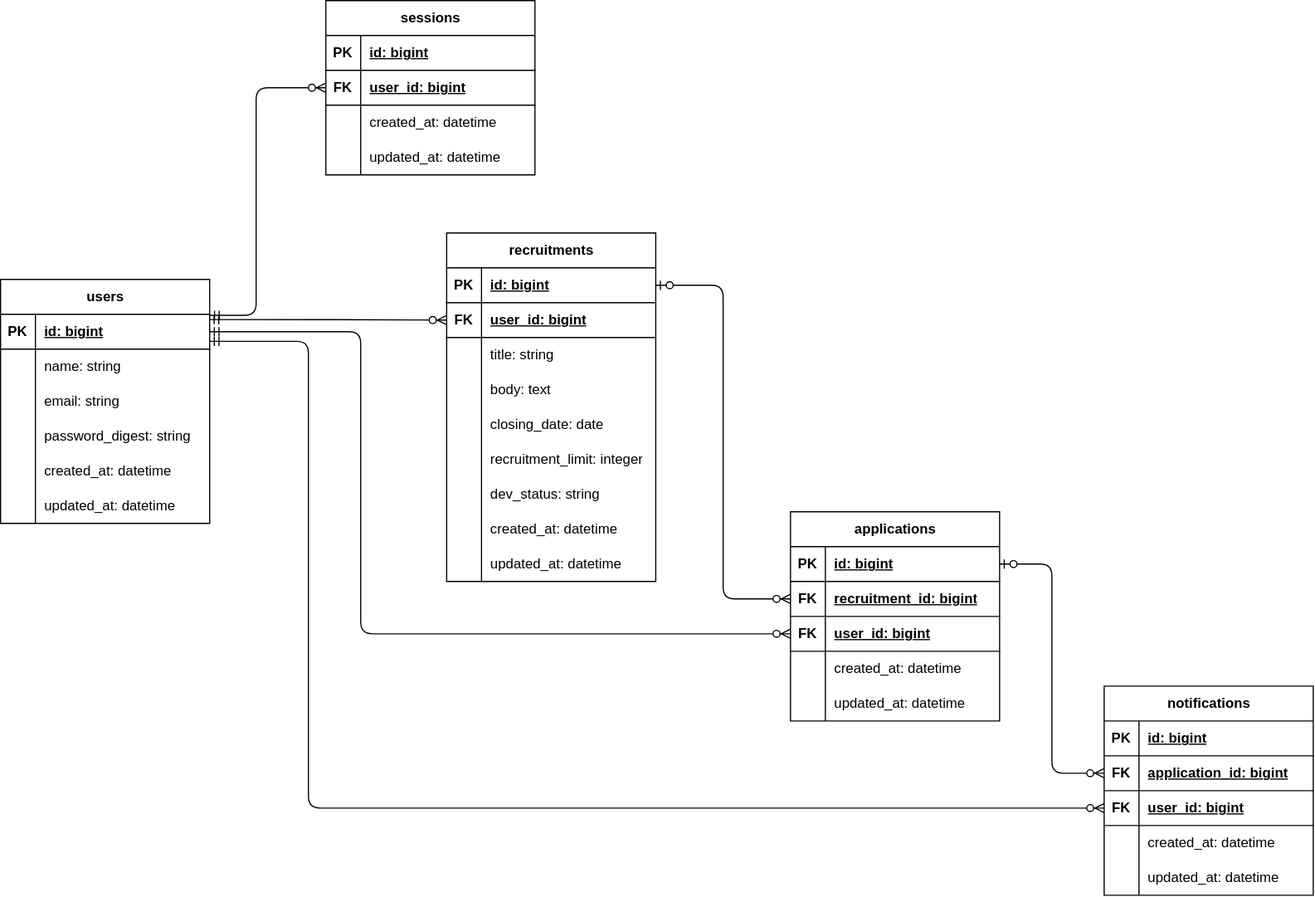
Before: docs/er-diagram.drawio.svg, a diagram exported from draw.io (tnakamura0/team-development-matching). Source tidied: cells renumbered, new cells last; positions are measured from the earlier drawing's top-left corner, leaving out a move shared by most shapes.
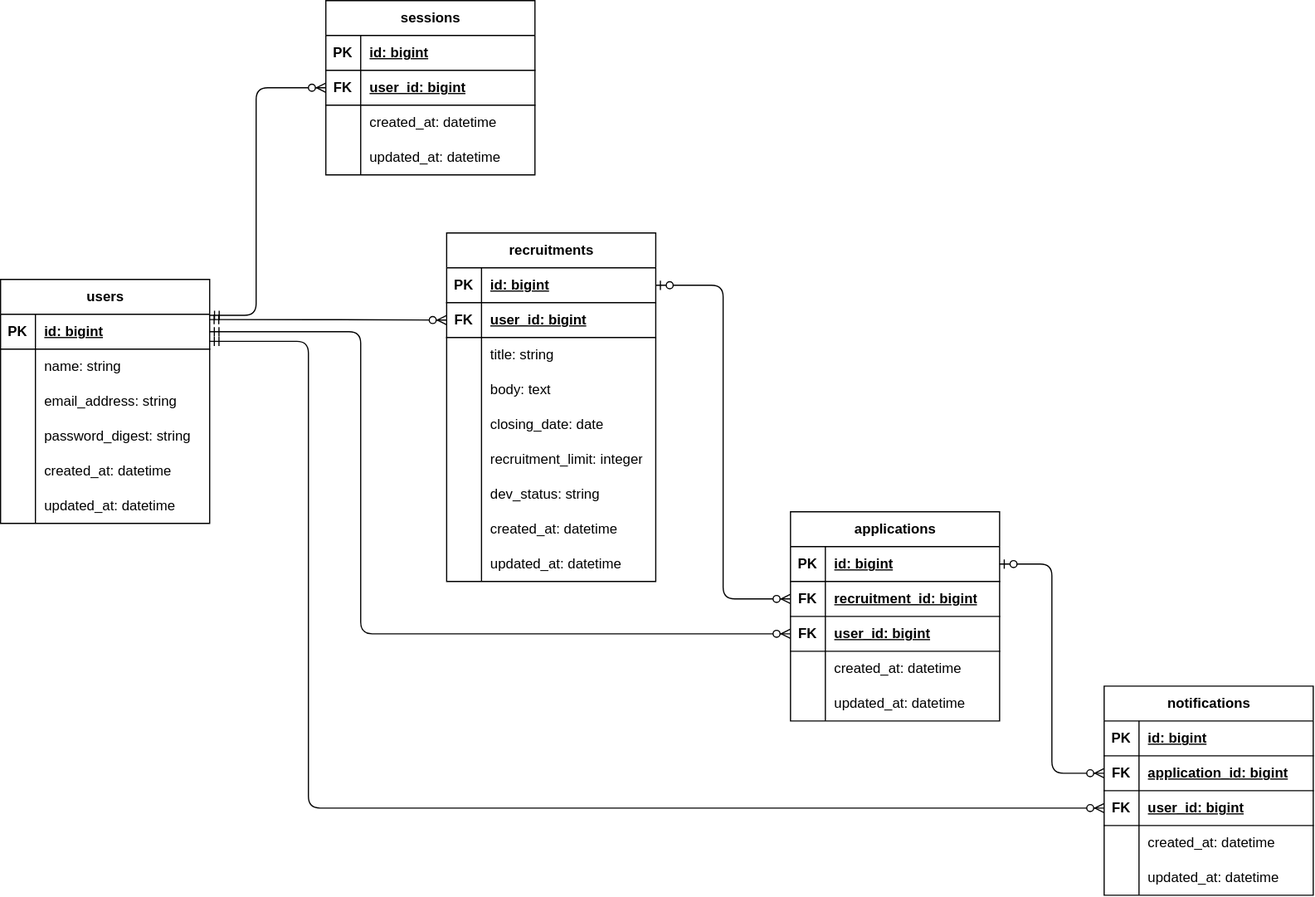
The same file after the commit.

Commit message:
docs: メールアドレスのカラム名をemail_addressに修正

What changed in the source:
```diff
@@ -29,7 +29,7 @@
     <mxCell id="10" style="shape=partialRectangle;fillColor=none;top=0;left=0;bottom=0;right=0;overflow=hidden;whiteSpace=wrap;html=1;" parent="9" vertex="1">
       <mxGeometry width="30" height="30" as="geometry" />
     </mxCell>
-    <mxCell id="11" value="email: string" style="shape=partialRectangle;fillColor=none;top=0;left=0;bottom=0;right=0;align=left;spacingLeft=6;overflow=hidden;whiteSpace=wrap;html=1;" parent="9" vertex="1">
+    <mxCell id="11" value="email_address: string" style="shape=partialRectangle;fillColor=none;top=0;left=0;bottom=0;right=0;align=left;spacingLeft=6;overflow=hidden;whiteSpace=wrap;html=1;" parent="9" vertex="1">
       <mxGeometry x="30" width="150" height="30" as="geometry" />
     </mxCell>
     <mxCell id="12" style="shape=tableRow;horizontal=0;startSize=0;swimlaneHead=0;swimlaneBody=0;fillColor=none;top=0;left=0;right=0;bottom=0;" parent="2" vertex="1">
```
